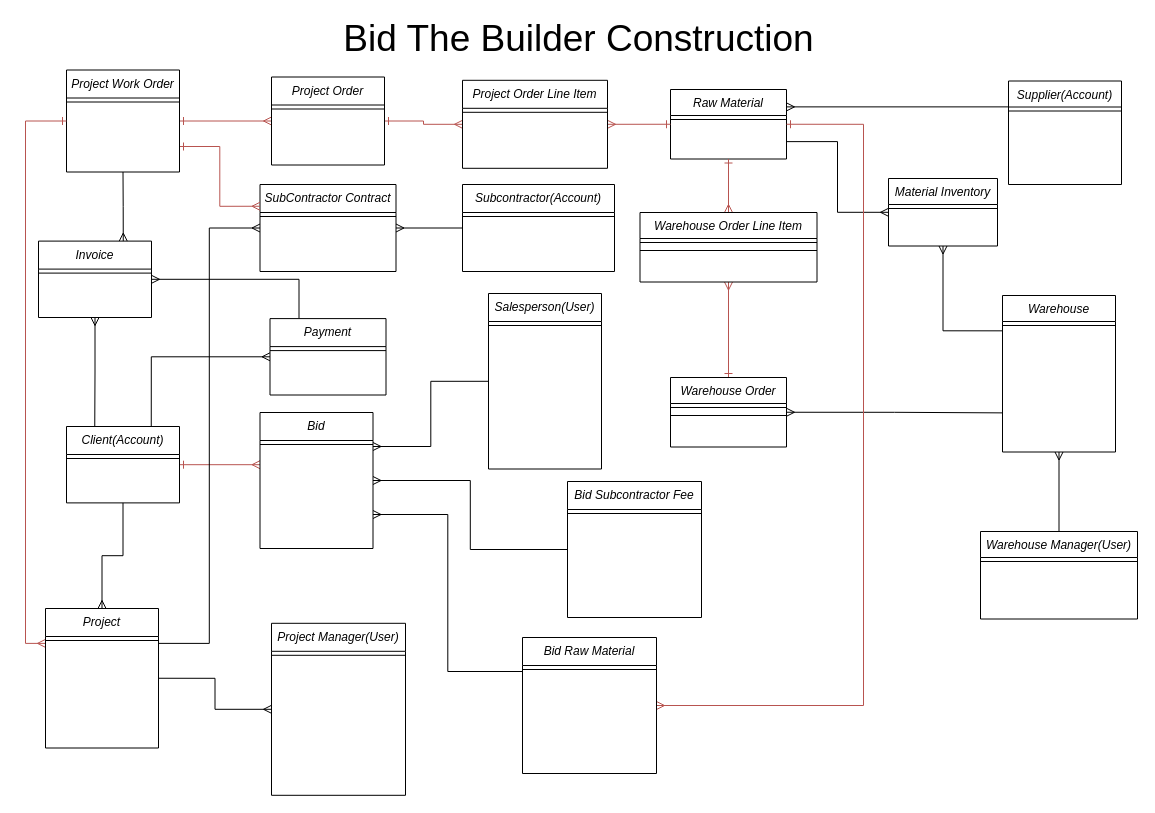
Jmiccolo/Bid_The_Builder keeps this draw.io diagram as Bid-The-Builder/Untitled Diagram.drawio. Above is the earlier version. Source tidied: cells renumbered, new cells numbered last; positions are measured from the earlier drawing's top-left corner, leaving out a move shared by most shapes. Both pictures are drawn from the tidied source at 100%, with x=0, y=0 at pixel (38, 26).
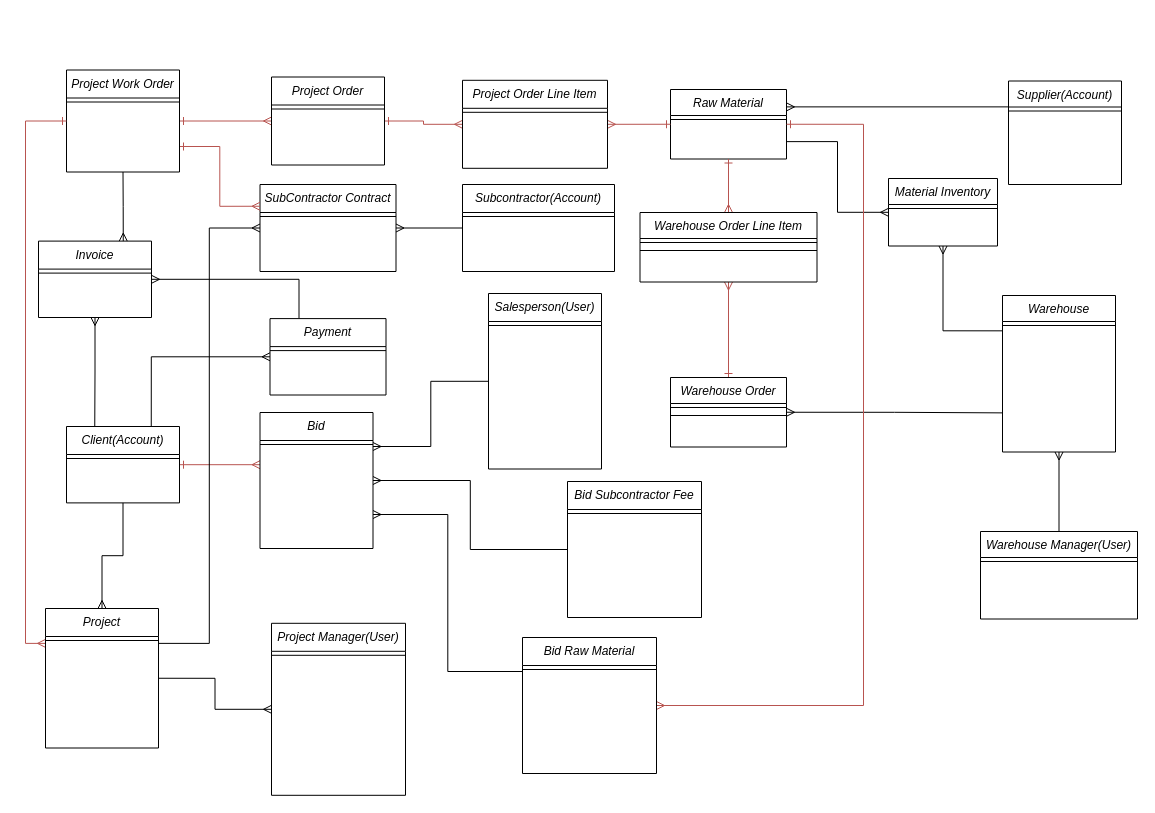
Above is the later version.

Change to the diagram source:
```diff
@@
-    <mxCell id="29" value="&lt;font&gt;&lt;font style=&quot;font-size: 37px&quot;&gt;Bid The Builder Construction&lt;/font&gt;&lt;br&gt;&lt;/font&gt;" style="text;html=1;align=center;verticalAlign=middle;" parent="1" vertex="1">
-      <mxGeometry x="300" width="480" height="26" as="geometry" />
-    </mxCell>
```
